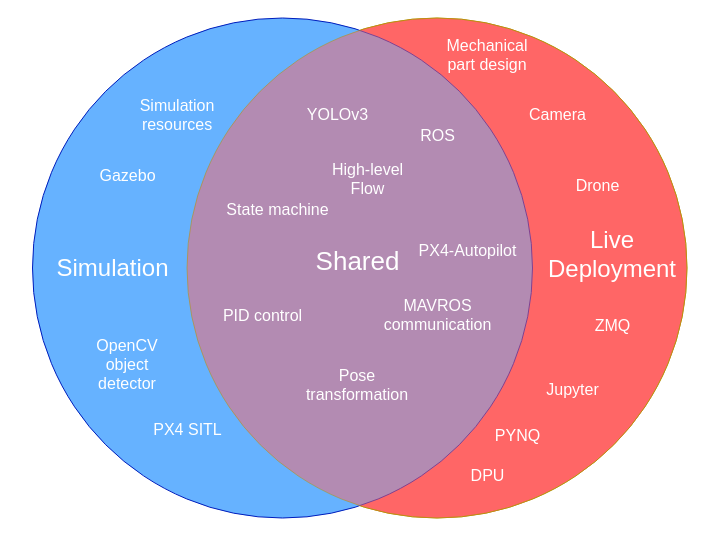
The draw.io diagram docs/sim-live-shared.drawio in balintbarna/Drone-Landing-Using-Accelerated-Vision, before the edit. Source tidied: cells renumbered, new cells numbered last; positions are measured from the earlier drawing's top-left corner, leaving out a move shared by most shapes. Both pictures are drawn from the tidied source at 100%, with x=0, y=0 at pixel (17, 17).
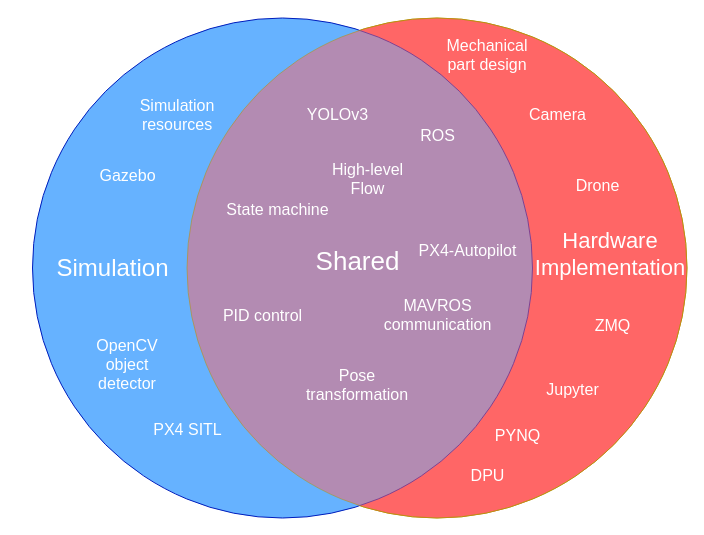
The same diagram, later.

What changed in the source:
```diff
@@
-    <mxCell id="6" value="Live Deployment" style="text;fontSize=24;align=center;verticalAlign=middle;html=1;fontColor=#FFFFFF;whiteSpace=wrap;" parent="1" vertex="1">
-      <mxGeometry x="550" y="202" width="90" height="70" as="geometry" />
+    <mxCell id="6" value="Hardware Implementation" style="text;fontSize=22;align=center;verticalAlign=middle;html=1;fontColor=#FFFFFF;whiteSpace=wrap;" parent="1" vertex="1">
+      <mxGeometry x="548" y="202" width="90" height="70" as="geometry" />
     </mxCell>
```
